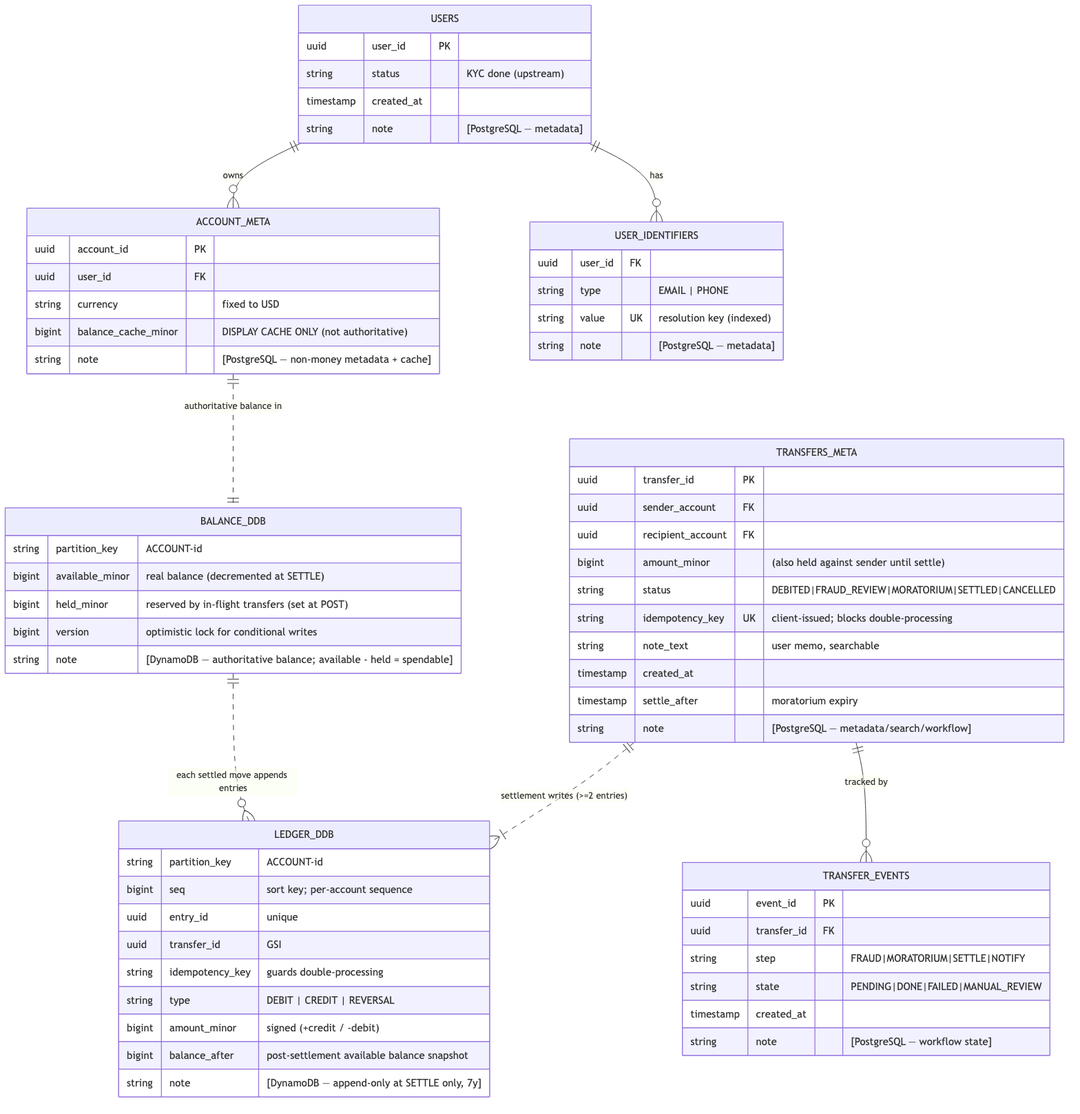
The Mermaid diagram 1-p2p-transaction/database-schema.png in masayukitanaka/system-designs, before a commit. Its source is kept beside it as 1-p2p-transaction/diagrams/database-schema.mmd.
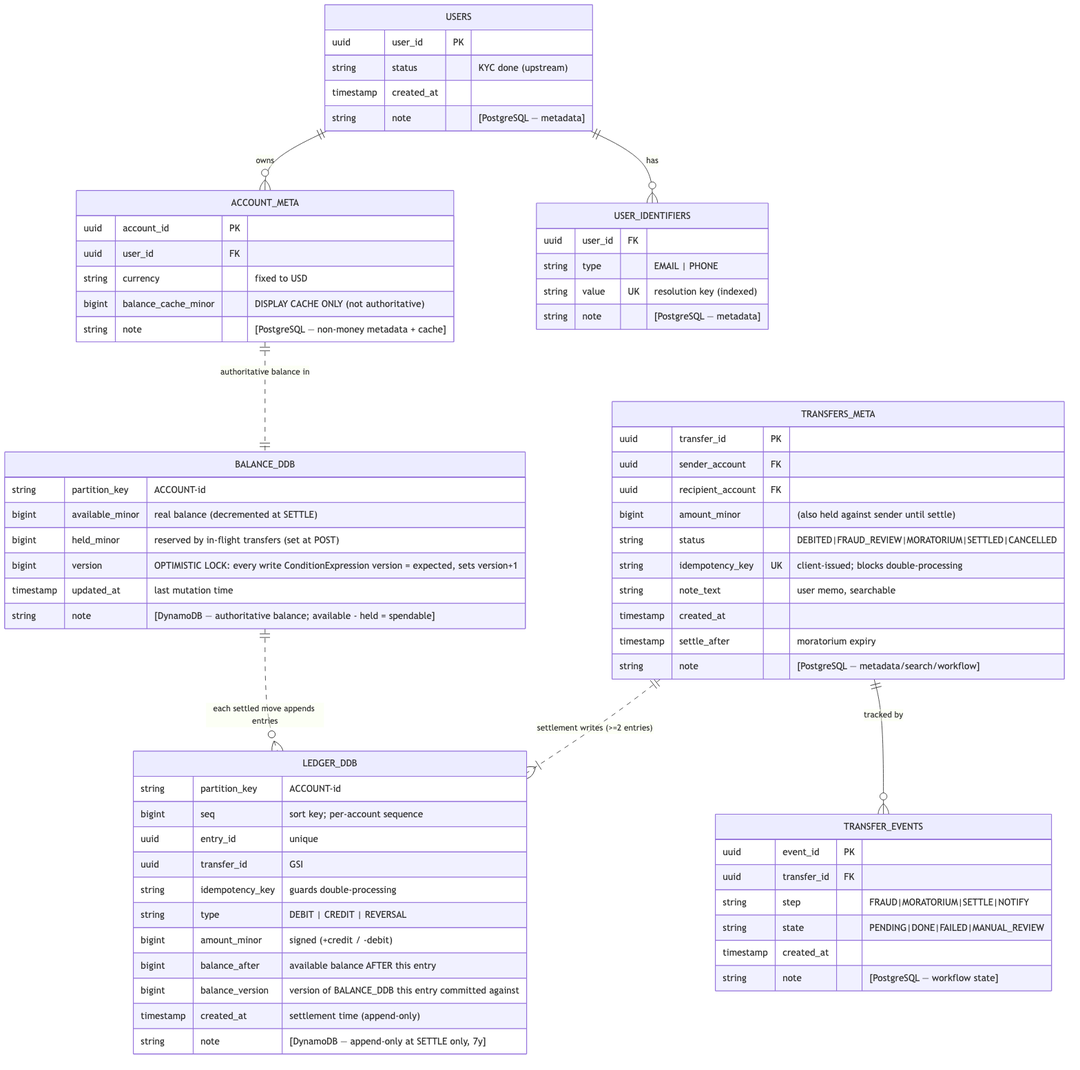
After the change.

The edit, as a diff of the source:
```diff
@@ -54,7 +54,8 @@
         string partition_key "ACCOUNT-id"
         bigint available_minor "実残高 (SETTLE時に減算)"
         bigint held_minor "処理中送金の保留額 (POST時に設定)"
-        bigint version "条件付き書込の楽観ロック"
+        bigint version "楽観ロック: 全書込で ConditionExpression version = expected, version+1 に更新"
+        timestamp updated_at "最終更新時刻"
         string note "[DynamoDB — 正の残高; available - held = 利用可能]"
     }
 
@@ -66,6 +67,8 @@
         string idempotency_key "二重処理ガード"
         string type "DEBIT | CREDIT | REVERSAL"
         bigint amount_minor "符号付 (+credit / -debit)"
-        bigint balance_after "決済後の利用可能残高スナップショット"
+        bigint balance_after "このエントリ適用後の利用可能残高"
+        bigint balance_version "このエントリがコミットした BALANCE_DDB の version"
+        timestamp created_at "決済時刻 (追記専用)"
         string note "[DynamoDB — SETTLE時のみ追記, 7年]"
     }
```
